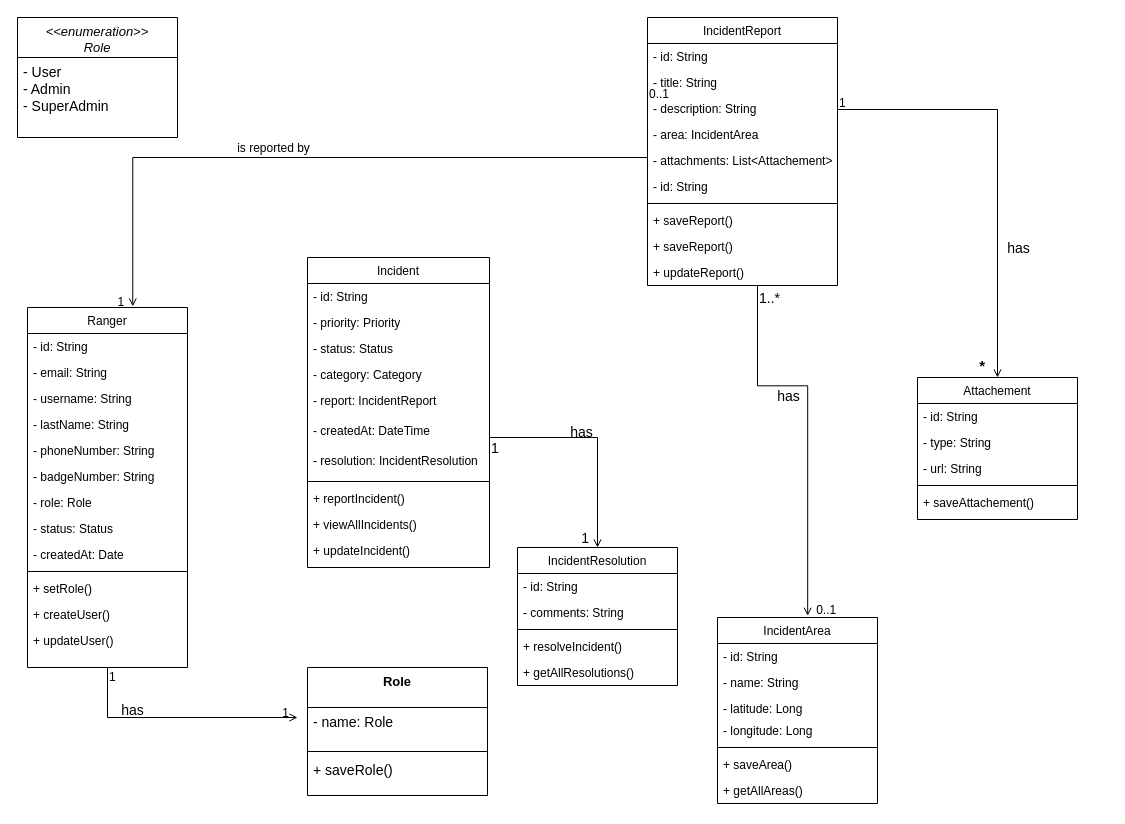
cedricbahirwe/symbols keeps this draw.io diagram as KBNP class-diagram.drawio. Above is the earlier version. Source tidied: cells renumbered, new cells numbered last; positions are measured from the earlier drawing's top-left corner, leaving out a move shared by most shapes. Both pictures are drawn from the tidied source at 100%, with x=0, y=0 at pixel (17, 17).
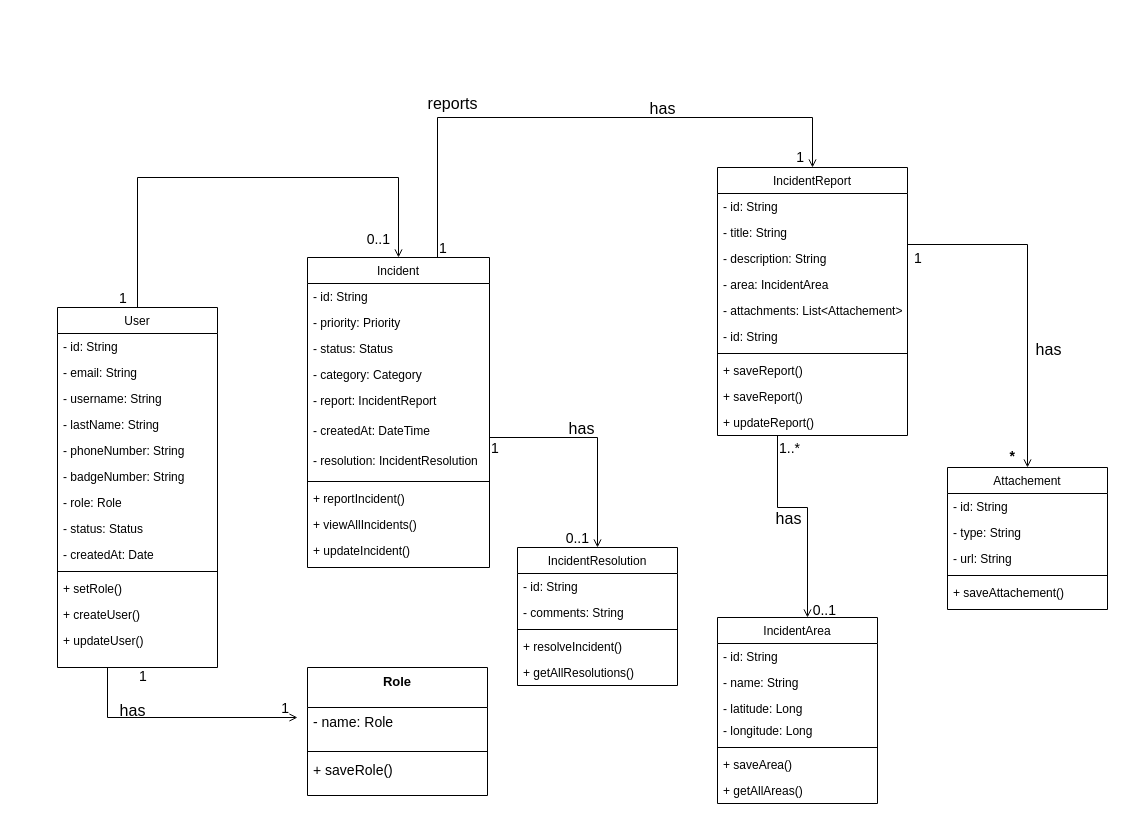
Above is the later version.

The change refers to these unchanged cells:
```xml
<mxCell id="40" style="endArrow=open;shadow=0;strokeWidth=1;rounded=0;curved=0;endFill=1;edgeStyle=elbowEdgeStyle;elbow=horizontal;exitX=0.5;exitY=1;exitDx=0;exitDy=0;" parent="1" edge="1" source="4">
  <mxGeometry x="0.5" y="41" relative="1" as="geometry">
    <mxPoint x="280" y="700" as="targetPoint" />
    <Array as="points">
      <mxPoint x="90" y="680" />
    </Array>
    <mxPoint x="-40" y="32" as="offset" />
  </mxGeometry>
</mxCell>
<mxCell id="44" style="endArrow=open;shadow=0;strokeWidth=1;rounded=0;curved=0;endFill=1;edgeStyle=elbowEdgeStyle;elbow=vertical;entryX=0.5;entryY=0;entryDx=0;entryDy=0;exitX=1;exitY=0.5;exitDx=0;exitDy=0;" parent="1" edge="1" source="25" target="30">
  <mxGeometry x="0.5" y="41" relative="1" as="geometry">
    <Array as="points">
      <mxPoint x="530" y="420" />
    </Array>
    <mxPoint x="-40" y="32" as="offset" />
  </mxGeometry>
</mxCell>
<mxCell id="50" value="- title: String" style="text;align=left;verticalAlign=top;spacingLeft=4;spacingRight=4;overflow=hidden;points=[[0,0.5],[1,0.5]];portConstraint=eastwest;rounded=0;shadow=0;html=0;" parent="48" vertex="1">
  <mxGeometry y="52" width="190" height="26" as="geometry" />
</mxCell>
<mxCell id="52" value="- area: IncidentArea" style="text;align=left;verticalAlign=top;spacingLeft=4;spacingRight=4;overflow=hidden;points=[[0,0.5],[1,0.5]];portConstraint=eastwest;" parent="48" vertex="1">
  <mxGeometry y="104" width="190" height="26" as="geometry" />
</mxCell>
<mxCell id="58" value="+ updateReport()" style="text;align=left;verticalAlign=top;spacingLeft=4;spacingRight=4;overflow=hidden;points=[[0,0.5],[1,0.5]];portConstraint=eastwest;" parent="48" vertex="1">
  <mxGeometry y="242" width="190" height="26" as="geometry" />
</mxCell>
```

What changed in the source:
```diff
@@
-    <mxCell id="2" value="&lt;&lt;enumeration&gt;&gt;&#10;Role" style="swimlane;fontStyle=2;align=center;verticalAlign=top;horizontal=1;startSize=40;rounded=0;shadow=0;strokeWidth=1;fontSize=13;" parent="1" vertex="1">
-      <mxGeometry width="160" height="120" as="geometry" />
-    </mxCell>
-    <mxCell id="3" value="- User&#10;- Admin&#10;- SuperAdmin" style="text;align=left;verticalAlign=top;spacingLeft=4;spacingRight=4;overflow=hidden;fontSize=14;" parent="2" vertex="1">
-      <mxGeometry y="40" width="160" height="80" as="geometry" />
-    </mxCell>
-    <mxCell id="4" value="Ranger" style="swimlane;fontStyle=0;align=center;verticalAlign=top;horizontal=1;startSize=26;rounded=0;shadow=0;strokeWidth=1;" parent="1" vertex="1">
-      <mxGeometry x="10" y="290" width="160" height="360" as="geometry" />
+    <mxCell id="4" value="User" style="swimlane;fontStyle=0;align=center;verticalAlign=top;horizontal=1;startSize=26;rounded=0;shadow=0;strokeWidth=1;" parent="1" vertex="1">
+      <mxGeometry x="40" y="290" width="160" height="360" as="geometry" />
     </mxCell>
@@
-    <mxCell id="41" value="1" style="align=left;verticalAlign=bottom;labelBackgroundColor=none;fontSize=12;" parent="40" vertex="1">
+    <mxCell id="41" value="1" style="align=left;verticalAlign=bottom;labelBackgroundColor=none;fontSize=14;" parent="40" vertex="1">
       <mxGeometry x="-1" relative="1" as="geometry">
         <mxPoint y="18" as="offset" />
       </mxGeometry>
     </mxCell>
-    <mxCell id="42" value="1" style="align=right;verticalAlign=bottom;labelBackgroundColor=none;fontSize=12;" parent="40" vertex="1">
+    <mxCell id="42" value="1" style="align=right;verticalAlign=bottom;labelBackgroundColor=none;fontSize=14;" parent="40" vertex="1">
       <mxGeometry x="1" relative="1" as="geometry">
-        <mxPoint x="-7" y="4" as="offset" />
+        <mxPoint x="-7" as="offset" />
       </mxGeometry>
     </mxCell>
-    <mxCell id="43" value="has" style="text;html=1;align=center;verticalAlign=middle;strokeColor=none;fillColor=none;fontSize=14;" parent="1" vertex="1">
+    <mxCell id="43" value="has" style="text;html=1;align=center;verticalAlign=middle;strokeColor=none;fillColor=none;fontSize=16;" parent="1" vertex="1">
       <mxGeometry x="90" y="678" width="50" height="30" as="geometry" />
     </mxCell>
@@
-    <mxCell id="46" value="1" style="align=right;verticalAlign=bottom;labelBackgroundColor=none;fontSize=14;" parent="44" vertex="1">
+    <mxCell id="46" value="0..1" style="align=right;verticalAlign=bottom;labelBackgroundColor=none;fontSize=14;" parent="44" vertex="1">
       <mxGeometry x="1" relative="1" as="geometry">
         <mxPoint x="-7" as="offset" />
       </mxGeometry>
     </mxCell>
-    <mxCell id="47" value="has" style="text;html=1;align=center;verticalAlign=middle;labelBackgroundColor=none;rounded=0;shadow=0;strokeWidth=1;fontSize=14;" parent="44" vertex="1">
+    <mxCell id="47" value="has" style="text;html=1;align=center;verticalAlign=middle;labelBackgroundColor=none;rounded=0;shadow=0;strokeWidth=1;fontSize=16;" parent="44" vertex="1">
       <mxGeometry x="0.5" y="49" relative="1" as="geometry">
-        <mxPoint x="-66" y="-55" as="offset" />
+        <mxPoint x="-66" y="-59" as="offset" />
       </mxGeometry>
     </mxCell>
     <mxCell id="48" value="IncidentReport&#10;" style="swimlane;fontStyle=0;align=center;verticalAlign=top;horizontal=1;startSize=26;rounded=0;shadow=0;strokeWidth=1;" parent="1" vertex="1">
-      <mxGeometry x="630" width="190" height="268" as="geometry" />
+      <mxGeometry x="700" y="150" width="190" height="268" as="geometry" />
     </mxCell>
@@
-    <mxCell id="67" style="endArrow=open;shadow=0;strokeWidth=1;rounded=0;curved=0;endFill=1;edgeStyle=elbowEdgeStyle;elbow=vertical;exitX=0.525;exitY=1.065;exitDx=0;exitDy=0;entryX=0.5;entryY=0;entryDx=0;entryDy=0;exitPerimeter=0;" parent="1" edge="1">
+    <mxCell id="67" style="endArrow=open;shadow=0;strokeWidth=1;rounded=0;curved=0;endFill=1;edgeStyle=elbowEdgeStyle;elbow=vertical;entryX=0.5;entryY=0;entryDx=0;entryDy=0;" parent="1" edge="1" source="58">
       <mxGeometry x="0.5" y="41" relative="1" as="geometry">
-        <mxPoint x="740" y="268" as="sourcePoint" />
-        <mxPoint x="790.2" y="598.3" as="targetPoint" />
+        <mxPoint x="790" y="600" as="targetPoint" />
         <Array as="points">
-          <mxPoint x="770.2" y="368.3" />
-          <mxPoint x="760.2" y="418.3" />
+          <mxPoint x="760" y="490" />
+          <mxPoint x="760" y="420" />
         </Array>
         <mxPoint x="-40" y="32" as="offset" />
       </mxGeometry>
     </mxCell>
@@
-    <mxCell id="69" value="0..1" style="align=right;verticalAlign=bottom;labelBackgroundColor=none;fontSize=12;" parent="67" vertex="1">
+    <mxCell id="69" value="0..1" style="align=right;verticalAlign=bottom;labelBackgroundColor=none;fontSize=14;" parent="67" vertex="1">
       <mxGeometry x="1" relative="1" as="geometry">
         <mxPoint x="30" y="2" as="offset" />
       </mxGeometry>
     </mxCell>
-    <mxCell id="70" value="has" style="text;html=1;align=center;verticalAlign=middle;labelBackgroundColor=none;rounded=0;shadow=0;strokeWidth=1;fontSize=14;" parent="67" vertex="1">
+    <mxCell id="70" value="&lt;font style=&quot;font-size: 16px;&quot;&gt;has&lt;/font&gt;" style="text;html=1;align=center;verticalAlign=middle;labelBackgroundColor=none;rounded=0;shadow=0;strokeWidth=1;fontSize=14;" parent="67" vertex="1">
       <mxGeometry x="0.5" y="49" relative="1" as="geometry">
-        <mxPoint x="-69" y="-124" as="offset" />
+        <mxPoint x="-69" y="-47" as="offset" />
       </mxGeometry>
     </mxCell>
     <mxCell id="71" value="Attachement" style="swimlane;fontStyle=0;align=center;verticalAlign=top;horizontal=1;startSize=26;rounded=0;shadow=0;strokeWidth=1;" parent="1" vertex="1">
-      <mxGeometry x="900" y="360" width="160" height="142" as="geometry" />
+      <mxGeometry x="930" y="450" width="160" height="142" as="geometry" />
     </mxCell>
@@
-    <mxCell id="77" style="endArrow=open;shadow=0;strokeWidth=1;rounded=0;curved=0;endFill=1;edgeStyle=elbowEdgeStyle;elbow=vertical;exitX=0;exitY=0.5;exitDx=0;exitDy=0;entryX=0.658;entryY=-0.003;entryDx=0;entryDy=0;entryPerimeter=0;" parent="1" edge="1" source="50" target="4">
+    <mxCell id="77" style="endArrow=open;shadow=0;strokeWidth=1;rounded=0;curved=0;endFill=1;edgeStyle=elbowEdgeStyle;elbow=vertical;entryX=0.5;entryY=0;entryDx=0;entryDy=0;" parent="1" edge="1">
       <mxGeometry x="0.5" y="41" relative="1" as="geometry">
+        <mxPoint x="120" y="290" as="sourcePoint" />
+        <mxPoint x="381" y="240" as="targetPoint" />
         <Array as="points">
-          <mxPoint x="680" y="140" />
+          <mxPoint x="240" y="160" />
         </Array>
         <mxPoint x="-40" y="32" as="offset" />
       </mxGeometry>
     </mxCell>
-    <mxCell id="78" value="0..1" style="align=left;verticalAlign=bottom;labelBackgroundColor=none;fontSize=12;" parent="77" vertex="1">
+    <mxCell id="78" value="1" style="align=left;verticalAlign=bottom;labelBackgroundColor=none;fontSize=14;" parent="77" vertex="1">
       <mxGeometry x="-1" relative="1" as="geometry">
-        <mxPoint y="20" as="offset" />
+        <mxPoint x="-20" as="offset" />
       </mxGeometry>
     </mxCell>
-    <mxCell id="79" value="1" style="align=right;verticalAlign=bottom;labelBackgroundColor=none;fontSize=12;" parent="77" vertex="1">
+    <mxCell id="79" value="0..1" style="align=right;verticalAlign=bottom;labelBackgroundColor=none;fontSize=14;" parent="77" vertex="1">
       <mxGeometry x="1" relative="1" as="geometry">
-        <mxPoint x="-7" y="4" as="offset" />
+        <mxPoint x="-7" y="-9" as="offset" />
       </mxGeometry>
     </mxCell>
-    <mxCell id="80" value="is reported by" style="text;html=1;align=center;verticalAlign=middle;labelBackgroundColor=none;rounded=0;shadow=0;strokeWidth=1;fontSize=12;" parent="77" vertex="1">
+    <mxCell id="80" value="reports" style="text;html=1;align=center;verticalAlign=middle;labelBackgroundColor=none;rounded=0;shadow=0;strokeWidth=1;fontSize=16;" parent="77" vertex="1">
       <mxGeometry x="0.5" y="49" relative="1" as="geometry">
-        <mxPoint x="104" y="-59" as="offset" />
+        <mxPoint x="91" y="-26" as="offset" />
       </mxGeometry>
     </mxCell>
-    <mxCell id="81" style="endArrow=open;shadow=0;strokeWidth=1;rounded=0;curved=0;endFill=1;edgeStyle=elbowEdgeStyle;elbow=vertical;exitX=1;exitY=0.5;exitDx=0;exitDy=0;entryX=0.5;entryY=0;entryDx=0;entryDy=0;" parent="1" edge="1" target="71">
+    <mxCell id="81" style="endArrow=open;shadow=0;strokeWidth=1;rounded=0;curved=0;endFill=1;edgeStyle=elbowEdgeStyle;elbow=vertical;exitX=1;exitY=0.5;exitDx=0;exitDy=0;entryX=0.5;entryY=0;entryDx=0;entryDy=0;" parent="1" edge="1" source="52" target="71">
       <mxGeometry x="0.5" y="41" relative="1" as="geometry">
-        <mxPoint x="820" y="90" as="sourcePoint" />
         <Array as="points">
-          <mxPoint x="930" y="92" />
+          <mxPoint x="990" y="227" />
         </Array>
         <mxPoint x="-40" y="32" as="offset" />
       </mxGeometry>
     </mxCell>
-    <mxCell id="82" value="1" style="align=left;verticalAlign=bottom;labelBackgroundColor=none;fontSize=12;" parent="81" vertex="1">
+    <mxCell id="82" value="1" style="align=left;verticalAlign=bottom;labelBackgroundColor=none;fontSize=14;" parent="81" vertex="1">
       <mxGeometry x="-1" relative="1" as="geometry">
-        <mxPoint y="4" as="offset" />
+        <mxPoint x="5" y="-17" as="offset" />
       </mxGeometry>
     </mxCell>
-    <mxCell id="83" value="*" style="align=right;verticalAlign=bottom;labelBackgroundColor=none;fontSize=15;fontStyle=1;" parent="81" vertex="1">
+    <mxCell id="83" value="*" style="align=right;verticalAlign=bottom;labelBackgroundColor=none;fontSize=14;fontStyle=1;" parent="81" vertex="1">
       <mxGeometry x="1" relative="1" as="geometry">
         <mxPoint x="-11" y="-2" as="offset" />
       </mxGeometry>
     </mxCell>
-    <mxCell id="84" value="has" style="text;html=1;align=center;verticalAlign=middle;labelBackgroundColor=none;rounded=0;shadow=0;strokeWidth=1;fontSize=14;" parent="81" vertex="1">
+    <mxCell id="84" value="has" style="text;html=1;align=center;verticalAlign=middle;labelBackgroundColor=none;rounded=0;shadow=0;strokeWidth=1;fontSize=16;" parent="81" vertex="1">
       <mxGeometry x="0.5" y="49" relative="1" as="geometry">
         <mxPoint x="-29" y="-23" as="offset" />
       </mxGeometry>
     </mxCell>
+    <mxCell id="85" style="endArrow=open;shadow=0;strokeWidth=1;rounded=0;curved=0;endFill=1;edgeStyle=elbowEdgeStyle;elbow=vertical;exitX=1;exitY=0;exitDx=0;exitDy=0;" parent="1" edge="1" target="48">
+      <mxGeometry x="0.5" y="41" relative="1" as="geometry">
+        <mxPoint x="420" y="240" as="sourcePoint" />
+        <Array as="points">
+          <mxPoint x="540" y="100" />
+        </Array>
+        <mxPoint x="-40" y="32" as="offset" />
+      </mxGeometry>
+    </mxCell>
+    <mxCell id="86" value="1" style="align=left;verticalAlign=bottom;labelBackgroundColor=none;fontSize=14;" parent="85" vertex="1">
+      <mxGeometry x="-1" relative="1" as="geometry" />
+    </mxCell>
+    <mxCell id="87" value="1" style="align=right;verticalAlign=bottom;labelBackgroundColor=none;fontSize=14;" parent="85" vertex="1">
+      <mxGeometry x="1" relative="1" as="geometry">
+        <mxPoint x="-7" y="-1" as="offset" />
+      </mxGeometry>
+    </mxCell>
+    <mxCell id="88" value="has" style="text;html=1;align=center;verticalAlign=middle;labelBackgroundColor=none;rounded=0;shadow=0;strokeWidth=1;fontSize=16;" parent="85" vertex="1">
+      <mxGeometry x="0.5" y="49" relative="1" as="geometry">
+        <mxPoint x="-60" y="39" as="offset" />
+      </mxGeometry>
+    </mxCell>
```
